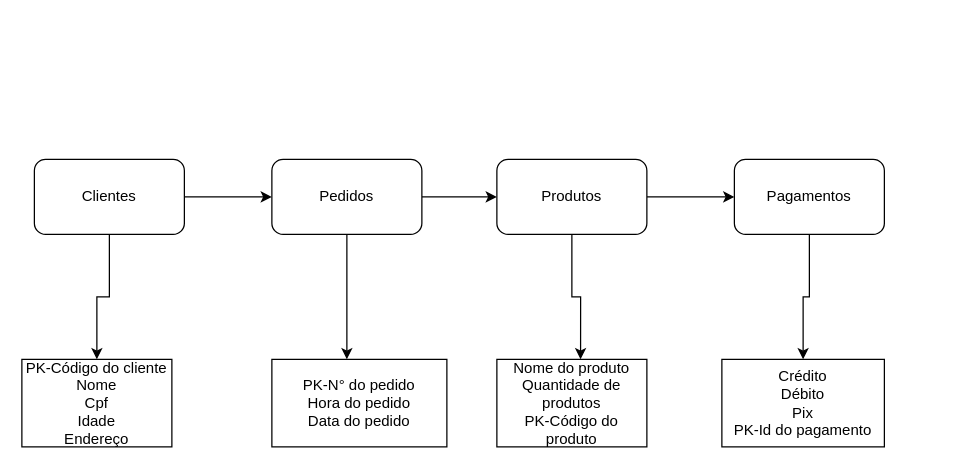
Earlier version of the draw.io diagram Diagrama sem nome.drawio (CaioPita/Banco-de-Dados). Source tidied: cells renumbered, new cells numbered last; positions are measured from the earlier drawing's top-left corner, leaving out a move shared by most shapes. Both pictures are drawn from the tidied source at 125%, with x=0, y=0 at pixel (21, 159).
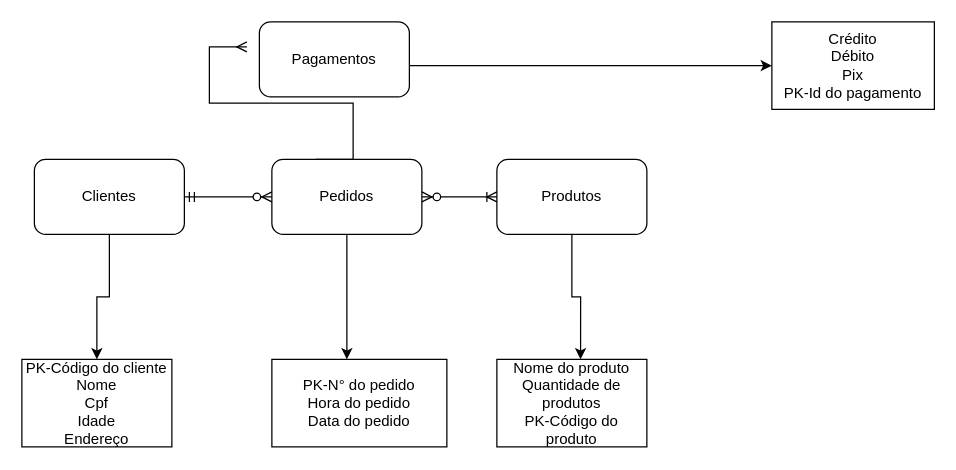
Above is the later version.

The change refers to these unchanged cells:
```xml
<mxCell id="6" value="Pedidos" style="rounded=1;whiteSpace=wrap;html=1;" parent="1" vertex="1">
  <mxGeometry x="200" width="120" height="60" as="geometry" />
</mxCell>
<mxCell id="8" value="Produtos" style="rounded=1;whiteSpace=wrap;html=1;" parent="1" vertex="1">
  <mxGeometry x="380" width="120" height="60" as="geometry" />
</mxCell>
<mxCell id="11" value="Clientes" style="rounded=1;whiteSpace=wrap;html=1;" parent="1" vertex="1">
  <mxGeometry x="10" width="120" height="60" as="geometry" />
</mxCell>
```

Diff of the diagram source:
```diff
@@
     <mxCell id="2" style="edgeStyle=orthogonalEdgeStyle;rounded=0;jettySize=auto;html=1;exitX=0.5;exitY=1;exitDx=0;exitDy=0;" parent="1" edge="1" source="3" target="12">
-      <mxGeometry relative="1" as="geometry" />
+      <mxGeometry relative="1" as="geometry">
+        <Array as="points">
+          <mxPoint x="250" y="-75" />
+        </Array>
+      </mxGeometry>
     </mxCell>
     <mxCell id="3" value="Pagamentos" style="rounded=1;whiteSpace=wrap;html=1;" parent="1" vertex="1">
-      <mxGeometry x="570" width="120" height="60" as="geometry" />
+      <mxGeometry x="190" y="-110" width="120" height="60" as="geometry" />
     </mxCell>
-    <mxCell id="4" style="edgeStyle=orthogonalEdgeStyle;rounded=0;jettySize=auto;html=1;exitX=1;exitY=0.5;exitDx=0;exitDy=0;entryX=0;entryY=0.5;entryDx=0;entryDy=0;" parent="1" edge="1" source="6" target="8">
-      <mxGeometry relative="1" as="geometry" />
-    </mxCell>
@@
-    <mxCell id="7" style="edgeStyle=orthogonalEdgeStyle;rounded=0;jettySize=auto;html=1;exitX=1;exitY=0.5;exitDx=0;exitDy=0;entryX=0;entryY=0.5;entryDx=0;entryDy=0;" parent="1" edge="1" source="8" target="3">
-      <mxGeometry relative="1" as="geometry" />
-    </mxCell>
@@
-    <mxCell id="9" style="edgeStyle=orthogonalEdgeStyle;rounded=0;jettySize=auto;html=1;exitX=1;exitY=0.5;exitDx=0;exitDy=0;" parent="1" edge="1" source="11" target="6">
-      <mxGeometry relative="1" as="geometry" />
-    </mxCell>
@@
     <mxCell id="12" value="Crédito&lt;div&gt;Débito&lt;/div&gt;&lt;div&gt;Pix&lt;/div&gt;&lt;div&gt;PK-Id do pagamento&lt;/div&gt;" style="rounded=0;whiteSpace=wrap;html=1;" parent="1" vertex="1">
-      <mxGeometry x="560" y="160" width="130" height="70" as="geometry" />
+      <mxGeometry x="600" y="-110" width="130" height="70" as="geometry" />
     </mxCell>
@@
+    <mxCell id="17" style="edgeStyle=entityRelationEdgeStyle;fontSize=12;html=1;endArrow=ERzeroToMany;startArrow=ERmandOne;rounded=0;" parent="1" edge="1" source="11">
+      <mxGeometry relative="1" as="geometry">
+        <mxPoint x="200" y="30" as="targetPoint" />
+        <Array as="points">
+          <mxPoint x="120" y="40" />
+        </Array>
+      </mxGeometry>
+    </mxCell>
+    <mxCell id="18" style="edgeStyle=entityRelationEdgeStyle;fontSize=12;html=1;endArrow=ERoneToMany;startArrow=ERzeroToMany;rounded=0;exitX=1;exitY=0.5;exitDx=0;exitDy=0;" parent="1" edge="1" source="6">
+      <mxGeometry relative="1" as="geometry">
+        <mxPoint x="380" y="30" as="targetPoint" />
+        <Array as="points">
+          <mxPoint x="310" y="80" />
+        </Array>
+      </mxGeometry>
+    </mxCell>
+    <mxCell id="19" style="edgeStyle=entityRelationEdgeStyle;fontSize=12;html=1;endArrow=ERmany;rounded=0;" parent="1" edge="1">
+      <mxGeometry relative="1" as="geometry">
+        <mxPoint x="235" as="sourcePoint" />
+        <mxPoint x="180" y="-90" as="targetPoint" />
+      </mxGeometry>
+    </mxCell>
```
